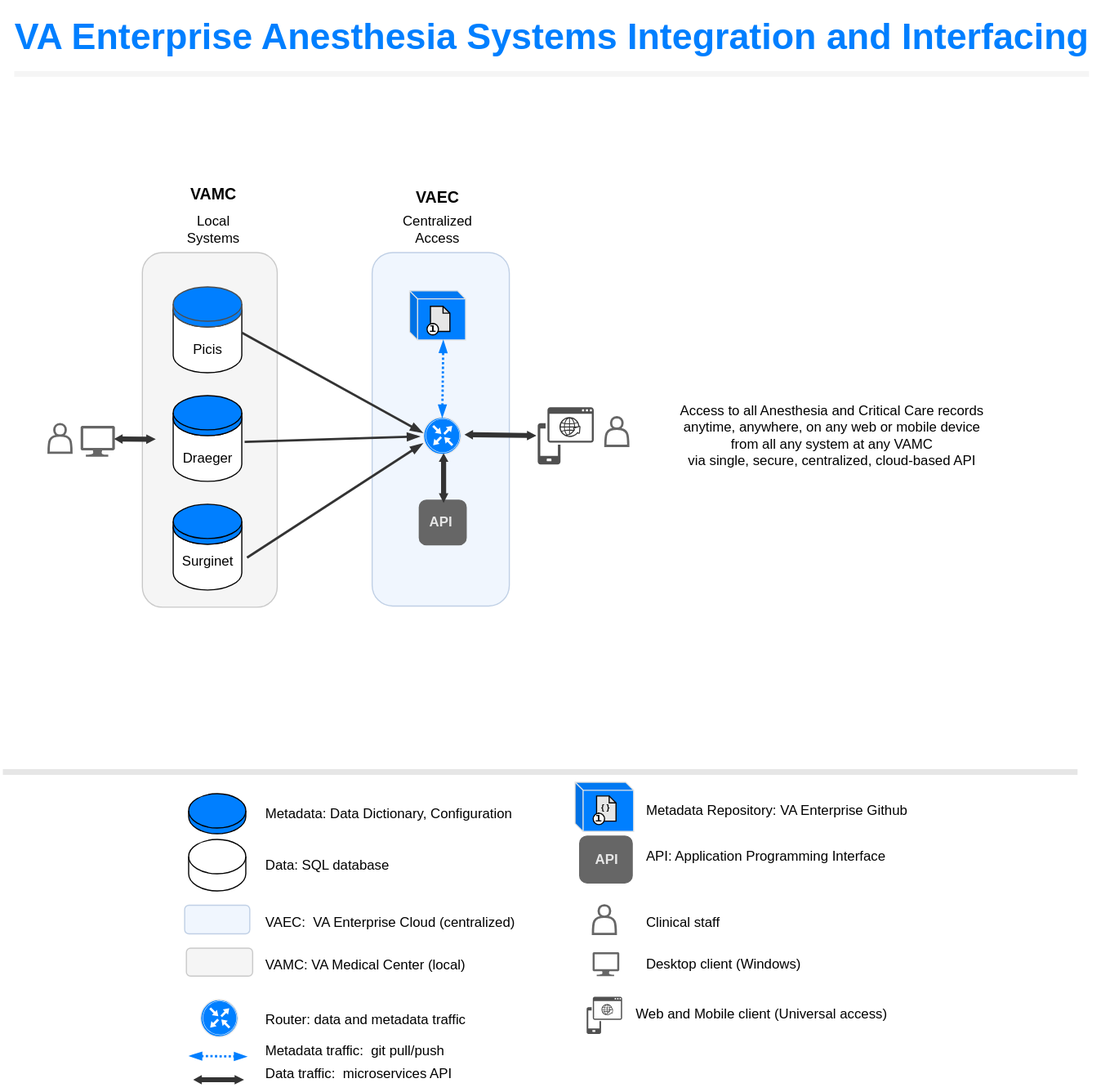
This is integration2.svg from va-anesthesia/integration, a draw.io export, as it was before one commit. Source tidied: cells renumbered, new cells last; positions are measured from the earlier drawing's top-left corner, leaving out a move shared by most shapes.
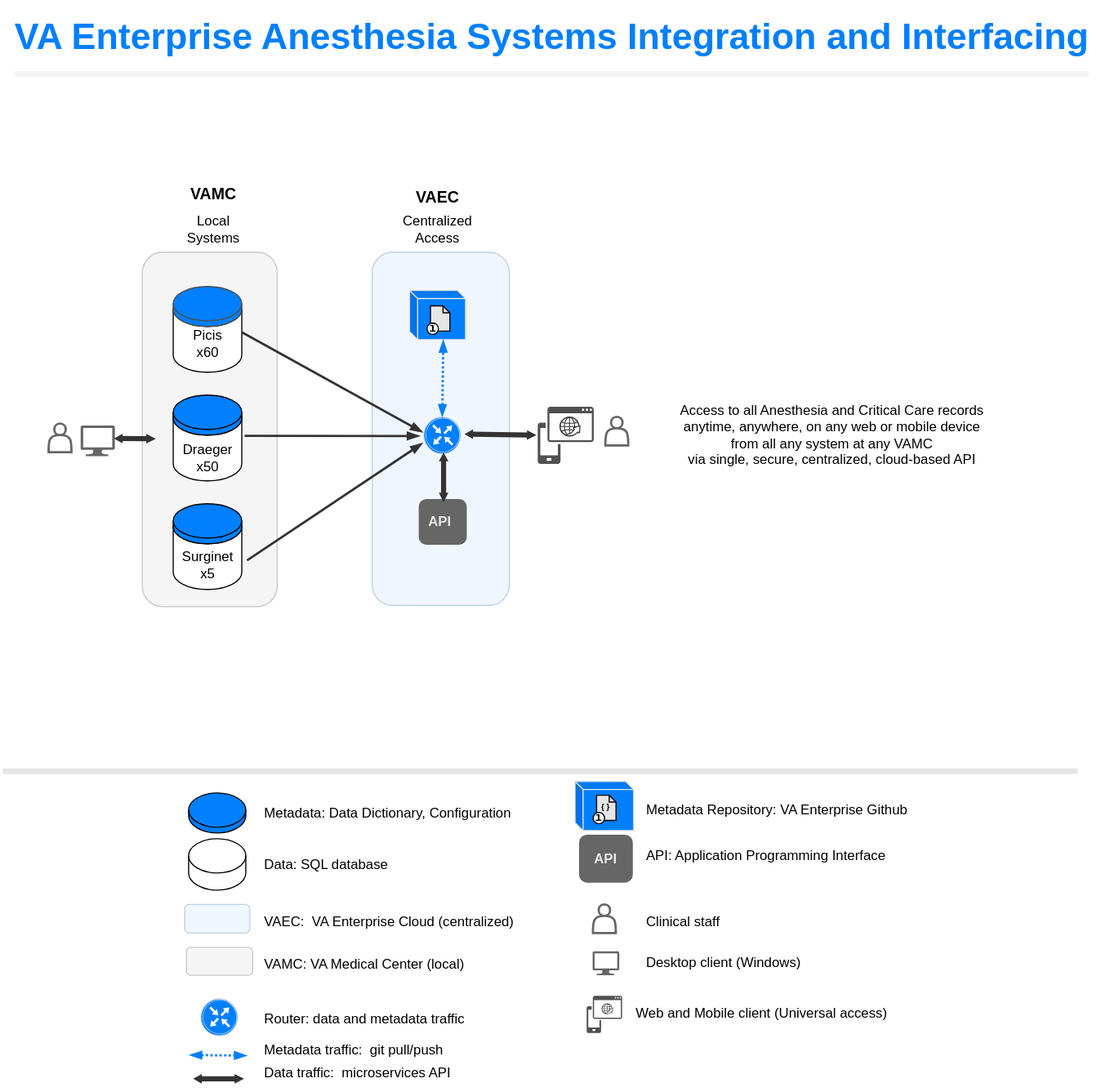
Later version of the same file.

Diff of the diagram source:
```diff
@@ -143,14 +143,14 @@
     <mxCell id="46" value="Local&lt;br&gt;Systems" style="text;html=1;align=center;verticalAlign=middle;strokeColor=none;fillColor=none;" parent="1" vertex="1">
       <mxGeometry x="149" y="180" width="70" height="40" as="geometry" />
     </mxCell>
-    <mxCell id="47" value="Picis" style="text;html=1;align=center;verticalAlign=middle;strokeColor=none;fillColor=none;" parent="1" vertex="1">
-      <mxGeometry x="154" y="290" width="50" height="30" as="geometry" />
+    <mxCell id="47" value="Picis&lt;br&gt;x60" style="text;html=1;align=center;verticalAlign=middle;strokeColor=none;fillColor=none;" parent="1" vertex="1">
+      <mxGeometry x="154" y="280" width="50" height="40" as="geometry" />
     </mxCell>
-    <mxCell id="48" value="Draeger" style="text;html=1;align=center;verticalAlign=middle;points=[];strokeColor=none;fillColor=none;" parent="1" vertex="1">
-      <mxGeometry x="144" y="385" width="70" height="30" as="geometry" />
+    <mxCell id="48" value="Draeger&lt;br&gt;x50" style="text;html=1;align=center;verticalAlign=middle;points=[];strokeColor=none;fillColor=none;" parent="1" vertex="1">
+      <mxGeometry x="144" y="380" width="70" height="40" as="geometry" />
     </mxCell>
-    <mxCell id="49" value="Surginet" style="text;html=1;align=center;verticalAlign=middle;points=[];strokeColor=none;fillColor=none;" parent="1" vertex="1">
-      <mxGeometry x="144" y="475" width="70" height="30" as="geometry" />
+    <mxCell id="49" value="Surginet&lt;br&gt;x5" style="text;html=1;align=center;verticalAlign=middle;points=[];strokeColor=none;fillColor=none;" parent="1" vertex="1">
+      <mxGeometry x="144" y="474" width="70" height="40" as="geometry" />
     </mxCell>
     <mxCell id="50" value="VAMC" style="text;html=1;align=center;verticalAlign=middle;strokeColor=none;fillColor=none;fontStyle=1;fontSize=14;" parent="1" vertex="1">
       <mxGeometry x="154" y="154" width="60" height="30" as="geometry" />
```
